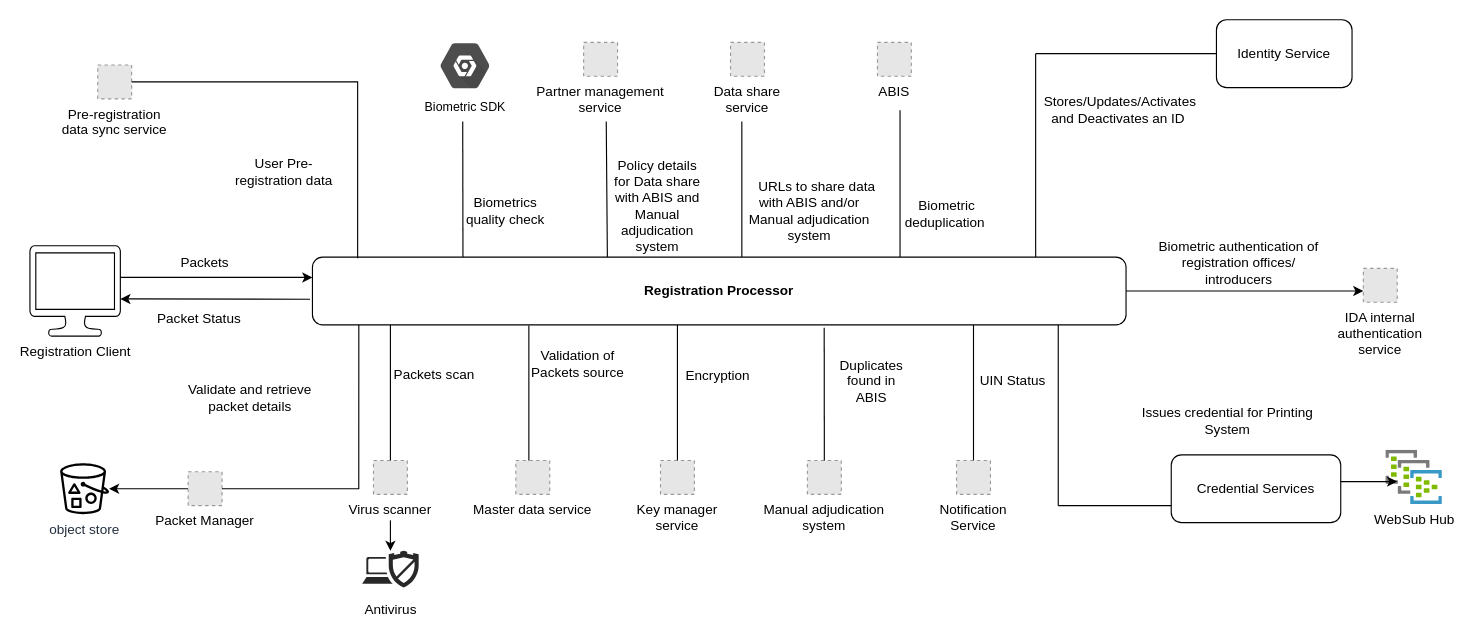
The draw.io diagram docs/_images/reg-proc.drawio in mosip/documentation, before the edit. Source tidied: cells renumbered, new cells numbered last; positions are measured from the earlier drawing's top-left corner, leaving out a move shared by most shapes. Both pictures are drawn from the tidied source at 113%, with x=0, y=0 at pixel (29, 19). Pictures stored in the file or linked from it are replaced by grey dashed boxes.
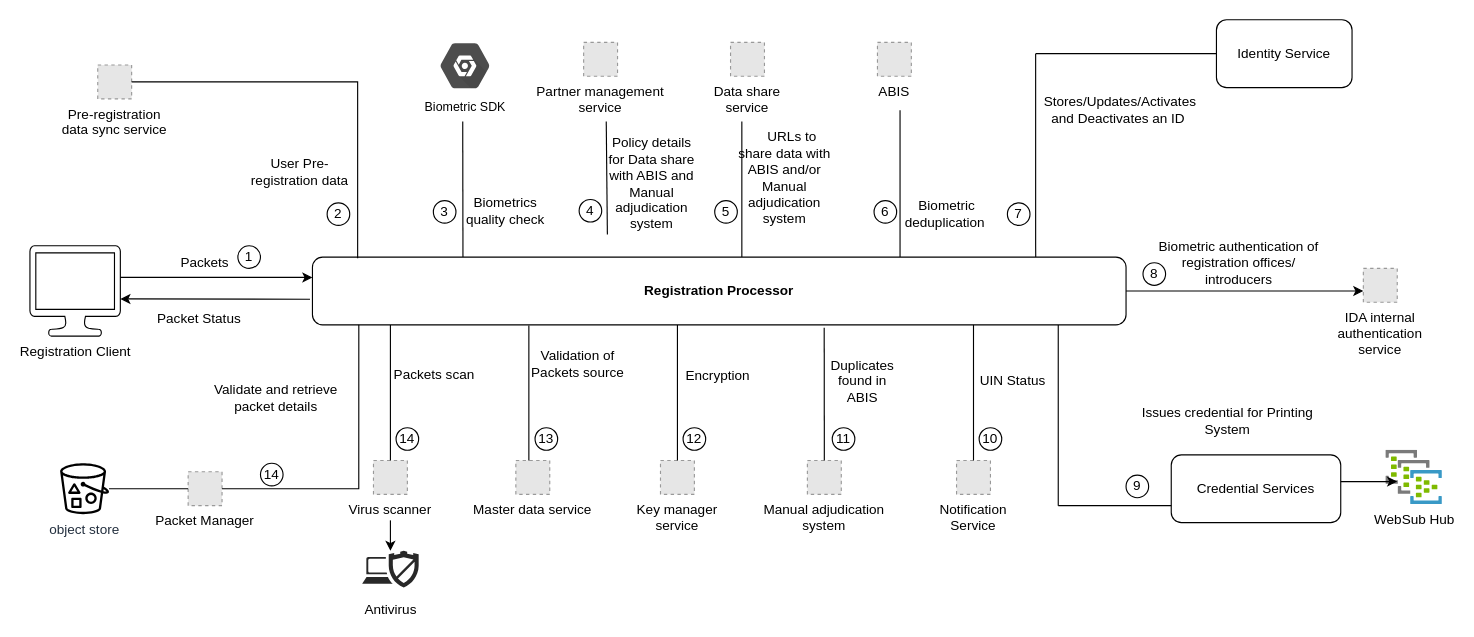
The same page after the edit.

The change refers to these unchanged cells:
```xml
<mxCell id="14" value="Packet Manager" style="fillColor=#E6E6E6;strokeColor=#999999;dashed=1;verticalLabelPosition=bottom;labelBackgroundColor=#ffffff;verticalAlign=top;" parent="1" vertex="1">
  <mxGeometry x="140" y="400" width="30" height="30" as="geometry" />
</mxCell>
<mxCell id="15" value="object store" style="sketch=0;outlineConnect=0;fontColor=#232F3E;gradientColor=none;fillColor=#000000;strokeColor=none;dashed=0;verticalLabelPosition=bottom;verticalAlign=top;align=center;html=1;fontSize=12;fontStyle=0;shape=mxgraph.aws4.bucket_with_objects;" parent="1" vertex="1">
  <mxGeometry x="26.7" y="392.5" width="43.3" height="45" as="geometry" />
</mxCell>
```

Change to the diagram source:
```diff
@@
     <mxCell id="9" value="User Pre-registration data" style="text;html=1;strokeColor=none;fillColor=none;align=center;verticalAlign=middle;whiteSpace=wrap;rounded=0;" parent="1" vertex="1">
-      <mxGeometry x="170" y="120" width="110" height="30" as="geometry" />
+      <mxGeometry x="184" y="120" width="110" height="30" as="geometry" />
     </mxCell>
@@
     <mxCell id="11" value="Policy details for Data share with ABIS and Manual adjudication system" style="text;html=1;strokeColor=none;fillColor=none;align=center;verticalAlign=middle;whiteSpace=wrap;rounded=0;" parent="1" vertex="1">
-      <mxGeometry x="511" y="120" width="89" height="90" as="geometry" />
+      <mxGeometry x="511" y="100" width="79" height="90" as="geometry" />
     </mxCell>
@@
-    <mxCell id="13" style="edgeStyle=none;rounded=0;jettySize=auto;html=1;startArrow=none;startFill=0;" parent="1" edge="1" source="14" target="15">
-      <mxGeometry relative="1" as="geometry" />
-    </mxCell>
@@
     <mxCell id="16" value="Validate and retrieve packet details" style="text;html=1;strokeColor=none;fillColor=none;align=center;verticalAlign=middle;whiteSpace=wrap;rounded=0;" parent="1" vertex="1">
-      <mxGeometry x="130" y="320" width="130" height="30" as="geometry" />
+      <mxGeometry x="153" y="320" width="130" height="30" as="geometry" />
     </mxCell>
@@
     <mxCell id="25" value="&amp;nbsp; &amp;nbsp; URLs to share data with ABIS and/or Manual adjudication system" style="text;html=1;strokeColor=none;fillColor=none;align=center;verticalAlign=middle;whiteSpace=wrap;rounded=0;" parent="1" vertex="1">
-      <mxGeometry x="630" y="134" width="120" height="70" as="geometry" />
+      <mxGeometry x="626" y="100" width="84" height="80" as="geometry" />
     </mxCell>
@@
     <mxCell id="31" value="Duplicates found in ABIS" style="text;html=1;strokeColor=none;fillColor=none;align=center;verticalAlign=middle;whiteSpace=wrap;rounded=0;" parent="1" vertex="1">
-      <mxGeometry x="710" y="270" width="70" height="100" as="geometry" />
+      <mxGeometry x="702" y="270" width="70" height="100" as="geometry" />
     </mxCell>
@@
+    <mxCell id="59" value="1" style="ellipse;whiteSpace=wrap;html=1;" parent="1" vertex="1">
+      <mxGeometry x="184" y="200" width="20" height="20" as="geometry" />
+    </mxCell>
+    <mxCell id="60" value="2" style="ellipse;whiteSpace=wrap;html=1;" parent="1" vertex="1">
+      <mxGeometry x="263" y="162" width="20" height="20" as="geometry" />
+    </mxCell>
+    <mxCell id="61" value="3" style="ellipse;whiteSpace=wrap;html=1;" parent="1" vertex="1">
+      <mxGeometry x="357" y="160" width="20" height="20" as="geometry" />
+    </mxCell>
+    <mxCell id="62" value="4" style="ellipse;whiteSpace=wrap;html=1;" parent="1" vertex="1">
+      <mxGeometry x="486" y="159" width="20" height="20" as="geometry" />
+    </mxCell>
+    <mxCell id="63" value="5" style="ellipse;whiteSpace=wrap;html=1;" parent="1" vertex="1">
+      <mxGeometry x="606" y="160" width="20" height="20" as="geometry" />
+    </mxCell>
+    <mxCell id="64" value="6" style="ellipse;whiteSpace=wrap;html=1;" parent="1" vertex="1">
+      <mxGeometry x="747" y="160" width="20" height="20" as="geometry" />
+    </mxCell>
+    <mxCell id="65" value="7" style="ellipse;whiteSpace=wrap;html=1;" parent="1" vertex="1">
+      <mxGeometry x="865" y="162" width="20" height="20" as="geometry" />
+    </mxCell>
+    <mxCell id="66" value="8" style="ellipse;whiteSpace=wrap;html=1;" parent="1" vertex="1">
+      <mxGeometry x="985" y="215" width="20" height="20" as="geometry" />
+    </mxCell>
+    <mxCell id="67" value="9" style="ellipse;whiteSpace=wrap;html=1;" parent="1" vertex="1">
+      <mxGeometry x="970" y="403" width="20" height="20" as="geometry" />
+    </mxCell>
+    <mxCell id="68" value="10" style="ellipse;whiteSpace=wrap;html=1;" parent="1" vertex="1">
+      <mxGeometry x="840" y="361" width="20" height="20" as="geometry" />
+    </mxCell>
+    <mxCell id="69" value="11" style="ellipse;whiteSpace=wrap;html=1;" parent="1" vertex="1">
+      <mxGeometry x="710" y="361" width="20" height="20" as="geometry" />
+    </mxCell>
+    <mxCell id="70" value="12" style="ellipse;whiteSpace=wrap;html=1;" parent="1" vertex="1">
+      <mxGeometry x="578" y="361" width="20" height="20" as="geometry" />
+    </mxCell>
+    <mxCell id="71" value="13" style="ellipse;whiteSpace=wrap;html=1;" parent="1" vertex="1">
+      <mxGeometry x="447" y="361" width="20" height="20" as="geometry" />
+    </mxCell>
+    <mxCell id="72" value="14" style="ellipse;whiteSpace=wrap;html=1;" parent="1" vertex="1">
+      <mxGeometry x="324" y="361" width="20" height="20" as="geometry" />
+    </mxCell>
+    <mxCell id="73" value="14" style="ellipse;whiteSpace=wrap;html=1;" parent="1" vertex="1">
+      <mxGeometry x="204" y="392.5" width="20" height="20" as="geometry" />
+    </mxCell>
+    <mxCell id="74" style="endArrow=none;html=1;rounded=0;entryX=0;entryY=0.5;entryDx=0;entryDy=0;" parent="1" edge="1" source="15" target="14">
+      <mxGeometry relative="1" as="geometry" />
+    </mxCell>
```
